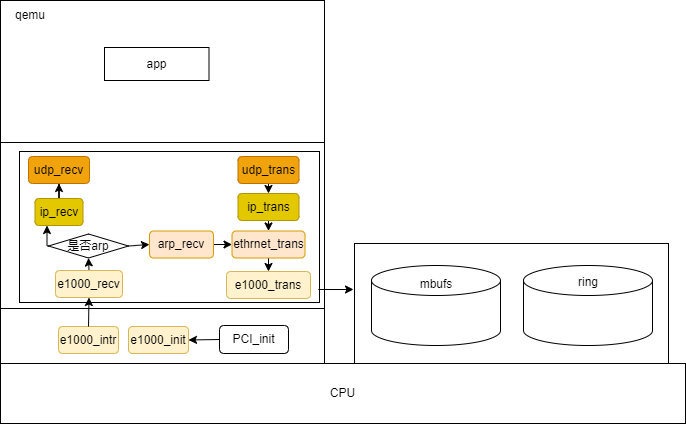
sirius-zyj/Images keeps this draw.io diagram as CS/项目/Xv6_lab/E1000.drawio.png. Above is the earlier version. Source tidied: cells renumbered, new cells last; positions are measured from the earlier drawing's top-left corner, leaving out a move shared by most shapes. The source it was exported from:
```xml
<mxGraphModel background="#ffffff">
  <root>
    <mxCell id="0" />
    <mxCell id="1" parent="0" />
    <mxCell id="2" style="rounded=0;whiteSpace=wrap;html=1;" parent="1" vertex="1">
      <mxGeometry y="308" width="324" height="55" as="geometry" />
    </mxCell>
    <mxCell id="3" style="rounded=0;whiteSpace=wrap;html=1;" parent="1" vertex="1">
      <mxGeometry width="324" height="142" as="geometry" />
    </mxCell>
    <mxCell id="4" style="rounded=0;whiteSpace=wrap;html=1;" parent="1" vertex="1">
      <mxGeometry y="142" width="324" height="166" as="geometry" />
    </mxCell>
    <mxCell id="5" value="qemu" style="text;html=1;align=center;verticalAlign=middle;whiteSpace=wrap;rounded=0;" parent="1" vertex="1">
      <mxGeometry width="60" height="30" as="geometry" />
    </mxCell>
    <mxCell id="6" value="app" style="rounded=0;whiteSpace=wrap;html=1;" parent="1" vertex="1">
      <mxGeometry x="104" y="47" width="104.5" height="33" as="geometry" />
    </mxCell>
    <mxCell id="7" style="rounded=0;whiteSpace=wrap;html=1;" parent="1" vertex="1">
      <mxGeometry x="19" y="151" width="300" height="151" as="geometry" />
    </mxCell>
    <mxCell id="8" style="edgeStyle=orthogonalEdgeStyle;rounded=0;jettySize=auto;html=1;exitX=0.5;exitY=0;exitDx=0;exitDy=0;entryX=0.5;entryY=1;entryDx=0;entryDy=0;" parent="1" edge="1" source="9" target="18">
      <mxGeometry relative="1" as="geometry" />
    </mxCell>
    <mxCell id="9" value="e1000_recv" style="rounded=1;whiteSpace=wrap;html=1;fillColor=#fff2cc;strokeColor=#d6b656;" parent="1" vertex="1">
      <mxGeometry x="55" y="270" width="67" height="27" as="geometry" />
    </mxCell>
    <mxCell id="10" value="e1000_trans" style="rounded=1;whiteSpace=wrap;html=1;fillColor=#fff2cc;strokeColor=#d6b656;" parent="1" vertex="1">
      <mxGeometry x="226" y="271" width="84" height="27" as="geometry" />
    </mxCell>
    <mxCell id="11" value="e1000_intr" style="rounded=1;whiteSpace=wrap;html=1;fillColor=#fff2cc;strokeColor=#d6b656;" parent="1" vertex="1">
      <mxGeometry x="58" y="326" width="60" height="27" as="geometry" />
    </mxCell>
    <mxCell id="12" style="edgeStyle=orthogonalEdgeStyle;rounded=0;jettySize=auto;html=1;exitX=1;exitY=0.5;exitDx=0;exitDy=0;entryX=0;entryY=0.5;entryDx=0;entryDy=0;" parent="1" edge="1" source="13" target="20">
      <mxGeometry relative="1" as="geometry" />
    </mxCell>
    <mxCell id="13" value="arp_recv" style="rounded=1;whiteSpace=wrap;html=1;fillColor=#ffe6cc;strokeColor=#d79b00;" parent="1" vertex="1">
      <mxGeometry x="149" y="230.5" width="64" height="27" as="geometry" />
    </mxCell>
    <mxCell id="14" style="edgeStyle=orthogonalEdgeStyle;rounded=0;jettySize=auto;html=1;exitX=0.5;exitY=0;exitDx=0;exitDy=0;" parent="1" edge="1" source="15" target="16">
      <mxGeometry relative="1" as="geometry" />
    </mxCell>
    <mxCell id="15" value="ip_recv" style="rounded=1;whiteSpace=wrap;html=1;fillColor=#e3c800;strokeColor=#B09500;fontColor=#000000;" parent="1" vertex="1">
      <mxGeometry x="34.5" y="198" width="48" height="27" as="geometry" />
    </mxCell>
    <mxCell id="16" value="udp_recv" style="rounded=1;whiteSpace=wrap;html=1;fillColor=#f0a30a;strokeColor=#BD7000;fontColor=#000000;" parent="1" vertex="1">
      <mxGeometry x="28" y="156" width="61" height="27" as="geometry" />
    </mxCell>
    <mxCell id="17" style="edgeStyle=orthogonalEdgeStyle;rounded=0;jettySize=auto;html=1;exitX=0;exitY=0.5;exitDx=0;exitDy=0;entryX=0.25;entryY=1;entryDx=0;entryDy=0;" parent="1" edge="1" source="18" target="15">
      <mxGeometry relative="1" as="geometry" />
    </mxCell>
    <mxCell id="18" value="是否arp" style="rhombus;whiteSpace=wrap;html=1;" parent="1" vertex="1">
      <mxGeometry x="48" y="233.5" width="80" height="24" as="geometry" />
    </mxCell>
    <mxCell id="19" style="edgeStyle=orthogonalEdgeStyle;rounded=0;jettySize=auto;html=1;exitX=0.5;exitY=1;exitDx=0;exitDy=0;entryX=0.5;entryY=0;entryDx=0;entryDy=0;" parent="1" edge="1" source="20" target="10">
      <mxGeometry relative="1" as="geometry" />
    </mxCell>
    <mxCell id="20" value="ethrnet_trans" style="rounded=1;whiteSpace=wrap;html=1;fillColor=#ffe6cc;strokeColor=#d79b00;" parent="1" vertex="1">
      <mxGeometry x="231.5" y="230.5" width="73" height="27" as="geometry" />
    </mxCell>
    <mxCell id="21" style="edgeStyle=orthogonalEdgeStyle;rounded=0;jettySize=auto;html=1;exitX=0.5;exitY=1;exitDx=0;exitDy=0;entryX=0.5;entryY=0;entryDx=0;entryDy=0;" parent="1" edge="1" source="22" target="25">
      <mxGeometry relative="1" as="geometry" />
    </mxCell>
    <mxCell id="22" value="udp_trans" style="rounded=1;whiteSpace=wrap;html=1;fillColor=#f0a30a;strokeColor=#BD7000;fontColor=#000000;" parent="1" vertex="1">
      <mxGeometry x="237.5" y="156" width="61" height="27" as="geometry" />
    </mxCell>
    <mxCell id="23" style="endArrow=classic;html=1;rounded=0;exitX=1;exitY=0.5;exitDx=0;exitDy=0;entryX=0;entryY=0.5;entryDx=0;entryDy=0;" parent="1" edge="1" source="18" target="13">
      <mxGeometry relative="1" as="geometry" />
    </mxCell>
    <mxCell id="24" style="edgeStyle=orthogonalEdgeStyle;rounded=0;jettySize=auto;html=1;exitX=0.5;exitY=1;exitDx=0;exitDy=0;entryX=0.5;entryY=0;entryDx=0;entryDy=0;" parent="1" edge="1" source="25" target="20">
      <mxGeometry relative="1" as="geometry" />
    </mxCell>
    <mxCell id="25" value="ip_trans" style="rounded=1;whiteSpace=wrap;html=1;fillColor=#e3c800;strokeColor=#B09500;fontColor=#000000;" parent="1" vertex="1">
      <mxGeometry x="237.5" y="193" width="61" height="27" as="geometry" />
    </mxCell>
    <mxCell id="26" value="e1000_init" style="rounded=1;whiteSpace=wrap;html=1;fillColor=#fff2cc;strokeColor=#d6b656;" parent="1" vertex="1">
      <mxGeometry x="128" y="326" width="60" height="27" as="geometry" />
    </mxCell>
    <mxCell id="27" value="PCI_init" style="rounded=1;whiteSpace=wrap;html=1;" parent="1" vertex="1">
      <mxGeometry x="219" y="325" width="69" height="28" as="geometry" />
    </mxCell>
    <mxCell id="28" style="endArrow=classic;html=1;rounded=0;exitX=0;exitY=0.5;exitDx=0;exitDy=0;entryX=1;entryY=0.5;entryDx=0;entryDy=0;" parent="1" edge="1" source="27" target="26">
      <mxGeometry relative="1" as="geometry" />
    </mxCell>
    <mxCell id="29" style="endArrow=classic;html=1;rounded=0;exitX=0.5;exitY=0;exitDx=0;exitDy=0;entryX=0.5;entryY=1;entryDx=0;entryDy=0;" parent="1" edge="1" source="11" target="9">
      <mxGeometry relative="1" as="geometry" />
    </mxCell>
    <mxCell id="30" style="endArrow=classic;html=1;rounded=0;exitX=0.993;exitY=0.914;exitDx=0;exitDy=0;exitPerimeter=0;" parent="1" edge="1">
      <mxGeometry relative="1" as="geometry">
        <mxPoint x="317.9" y="289" as="sourcePoint" />
        <mxPoint x="353" y="289" as="targetPoint" />
      </mxGeometry>
    </mxCell>
    <mxCell id="31" style="rounded=0;whiteSpace=wrap;html=1;" parent="1" vertex="1">
      <mxGeometry x="354" y="243" width="314" height="120" as="geometry" />
    </mxCell>
    <mxCell id="32" style="shape=cylinder3;whiteSpace=wrap;html=1;boundedLbl=1;backgroundOutline=1;size=15;" parent="1" vertex="1">
      <mxGeometry x="371" y="265" width="129" height="80" as="geometry" />
    </mxCell>
    <mxCell id="33" value="mbufs" style="text;html=1;align=center;verticalAlign=middle;whiteSpace=wrap;rounded=0;" parent="1" vertex="1">
      <mxGeometry x="405.5" y="268.5" width="60" height="30" as="geometry" />
    </mxCell>
    <mxCell id="34" style="shape=cylinder3;whiteSpace=wrap;html=1;boundedLbl=1;backgroundOutline=1;size=15;" parent="1" vertex="1">
      <mxGeometry x="523" y="265" width="129" height="80" as="geometry" />
    </mxCell>
    <mxCell id="35" value="ring" style="text;html=1;align=center;verticalAlign=middle;whiteSpace=wrap;rounded=0;" parent="1" vertex="1">
      <mxGeometry x="557.5" y="267" width="60" height="30" as="geometry" />
    </mxCell>
    <mxCell id="36" value="CPU" style="rounded=0;whiteSpace=wrap;html=1;" parent="1" vertex="1">
      <mxGeometry y="363" width="685" height="60" as="geometry" />
    </mxCell>
  </root>
</mxGraphModel>
```
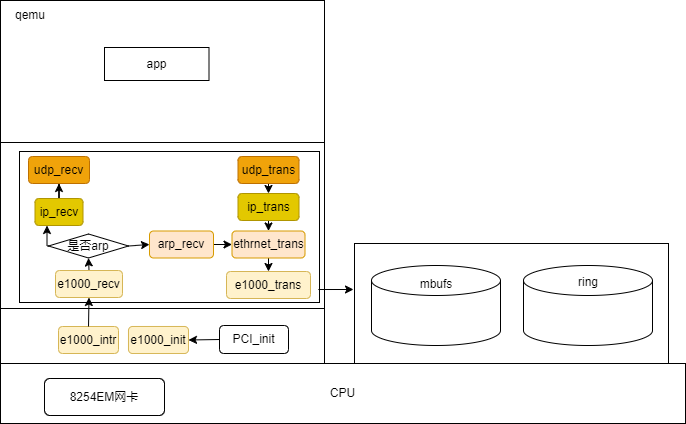
The same file after the commit.

The edit, as a diff of the source:
```diff
@@ -110,5 +110,8 @@
     <mxCell id="36" value="CPU" style="rounded=0;whiteSpace=wrap;html=1;" parent="1" vertex="1">
       <mxGeometry y="363" width="685" height="60" as="geometry" />
     </mxCell>
+    <mxCell id="37" value="8254EM网卡" style="rounded=1;whiteSpace=wrap;html=1;" parent="1" vertex="1">
+      <mxGeometry x="44" y="378" width="120" height="37" as="geometry" />
+    </mxCell>
   </root>
 </mxGraphModel>
```
